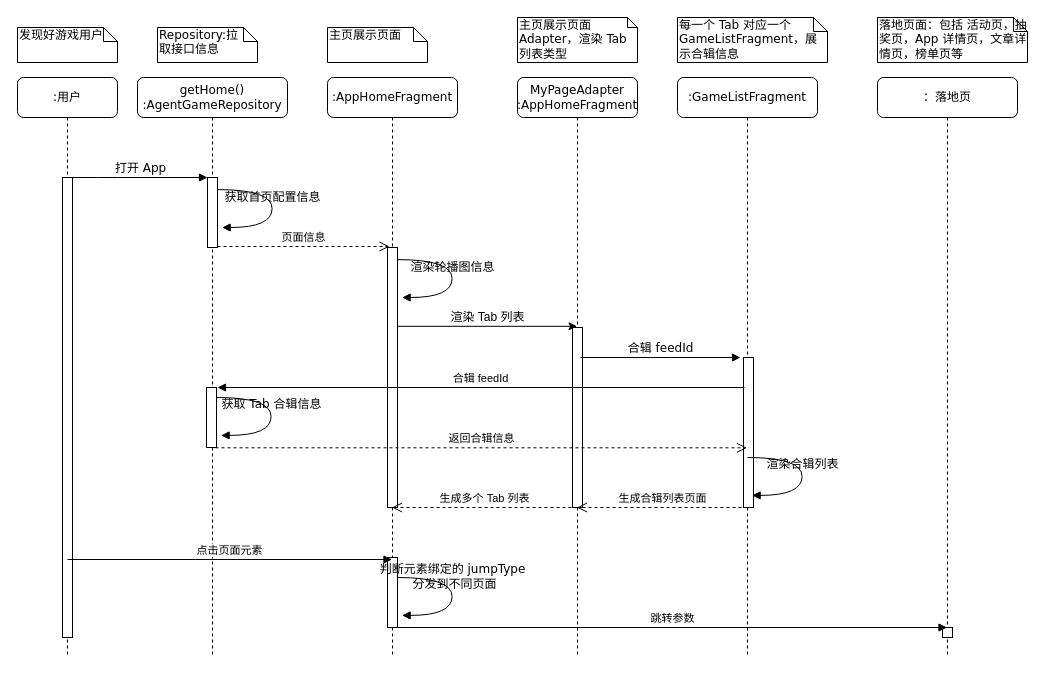
The draw.io diagram BSAMAgent_模块合辑生命周期图.drawio in DevRamonLee/DevRamonLee, before the edit. Source tidied: cells renumbered, new cells numbered last; positions are measured from the earlier drawing's top-left corner, leaving out a move shared by most shapes. Both pictures are drawn from the tidied source at 100%, with x=0, y=0 at pixel (17, 17).
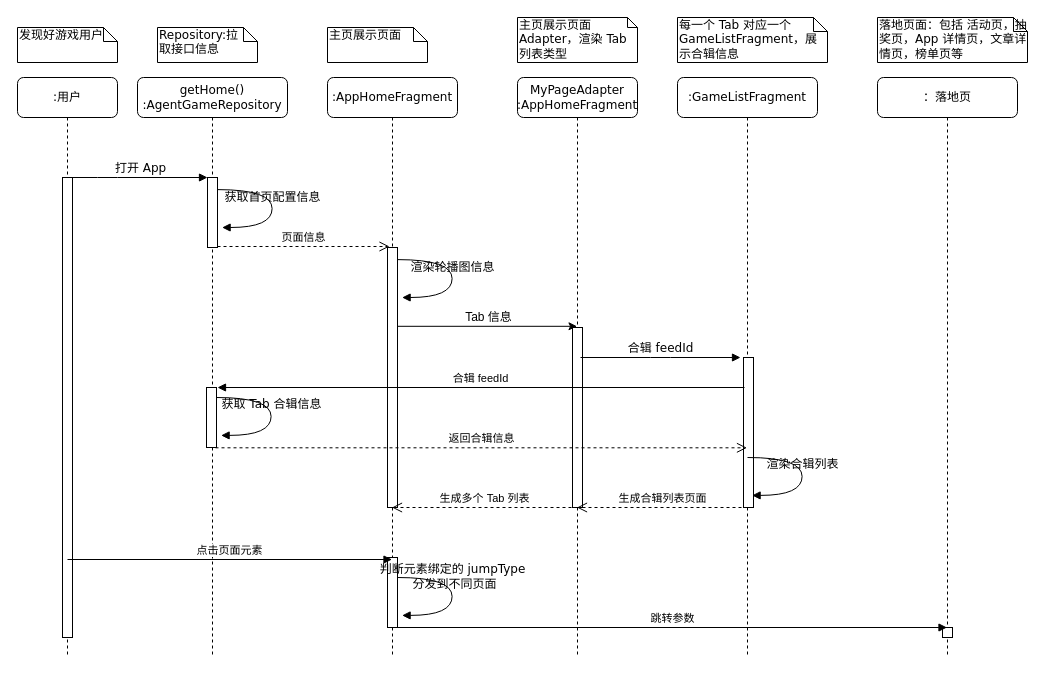
The same page after the edit.

Commit message (it also covers changes not shown here):
Update BSAMAgent_模块合辑生命周期图.drawio

The edit, as a diff of the source:
```diff
@@
-    <mxCell id="22" value="渲染 Tab 列表" style="text;html=1;align=center;verticalAlign=middle;" parent="1" vertex="1">
-      <mxGeometry x="425" y="290" width="90" height="20" as="geometry" />
+    <mxCell id="22" value="Tab 信息" style="text;html=1;align=center;verticalAlign=middle;" parent="1" vertex="1">
+      <mxGeometry x="442" y="291" width="57" height="18" as="geometry" />
     </mxCell>
```
